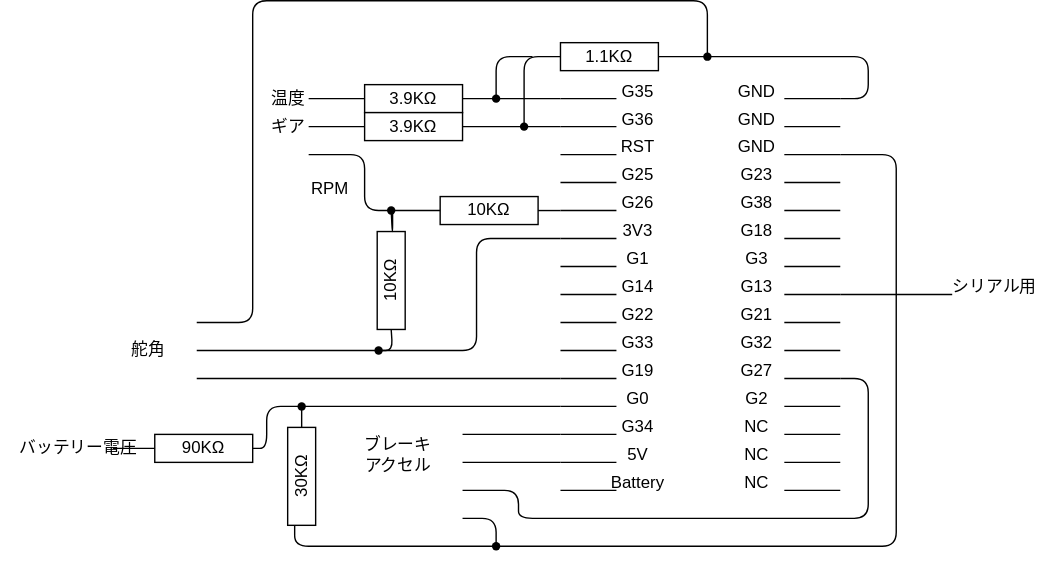
This is circuit/board.drawio.svg from nextfp/Data-Logger, a draw.io export, as it was before one commit. Source tidied: cells renumbered, new cells last; positions are measured from the earlier drawing's top-left corner, leaving out a move shared by most shapes.
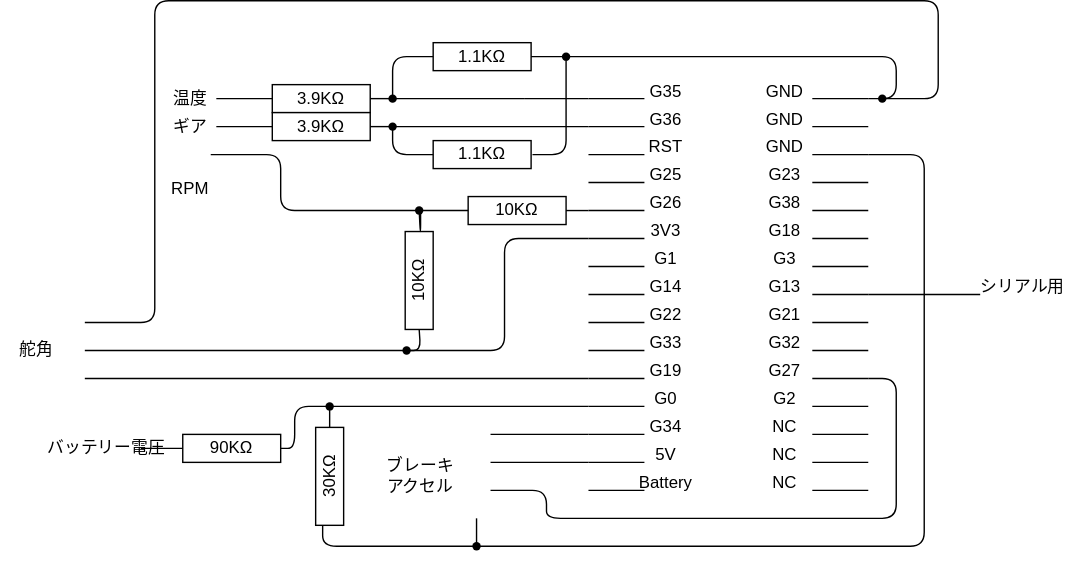
After the change.

Commit message:
fix: 温度が正しく取得できない問題を修正 / #2

The edit, as a diff of the source:
```diff
@@ -272,20 +272,15 @@
     <mxCell id="61" value="NC" style="text;html=1;align=center;verticalAlign=middle;strokeColor=none;fillColor=none;" parent="1" vertex="1">
       <mxGeometry x="520" y="330" width="40" height="30" as="geometry" />
     </mxCell>
-    <mxCell id="62" style="endArrow=none;html=1;startArrow=none;" parent="1" edge="1" source="66" target="69">
-      <mxGeometry relative="1" as="geometry">
-        <Array as="points">
-          <mxPoint x="374" y="40" />
-        </Array>
-      </mxGeometry>
-    </mxCell>
-    <mxCell id="63" style="endArrow=none;html=1;" parent="1" edge="1" source="109">
+    <mxCell id="63" style="endArrow=none;html=1;" parent="1" edge="1">
       <mxGeometry relative="1" as="geometry">
-        <mxPoint x="140" y="230" as="targetPoint" />
+        <mxPoint x="610" y="70" as="sourcePoint" />
+        <mxPoint x="40" y="230" as="targetPoint" />
         <Array as="points">
-          <mxPoint x="505" />
-          <mxPoint x="180" />
-          <mxPoint x="180" y="230" />
+          <mxPoint x="650" y="70" />
+          <mxPoint x="650" />
+          <mxPoint x="90" />
+          <mxPoint x="90" y="230" />
         </Array>
       </mxGeometry>
     </mxCell>
@@ -299,60 +294,43 @@
         </Array>
       </mxGeometry>
     </mxCell>
-    <mxCell id="65" style="endArrow=none;html=1;startArrow=none;" parent="1" edge="1" source="109" target="66">
-      <mxGeometry relative="1" as="geometry" />
-    </mxCell>
     <mxCell id="66" value="1.1KΩ" style="rounded=0;whiteSpace=wrap;html=1;" parent="1" vertex="1">
-      <mxGeometry x="400" y="30" width="70" height="20" as="geometry" />
+      <mxGeometry x="289" y="30" width="70" height="20" as="geometry" />
     </mxCell>
-    <mxCell id="67" style="endArrow=none;html=1;startArrow=none;" parent="1" edge="1" source="72">
+    <mxCell id="67" style="endArrow=none;html=1;startArrow=none;" parent="1" edge="1">
       <mxGeometry relative="1" as="geometry">
+        <mxPoint x="354" y="70" as="sourcePoint" />
         <mxPoint x="400" y="70" as="targetPoint" />
       </mxGeometry>
     </mxCell>
-    <mxCell id="68" style="endArrow=none;html=1;" parent="1" edge="1">
+    <mxCell id="68" style="endArrow=none;html=1;exitDx=0;exitDy=0;startArrow=none;" parent="1" edge="1" source="118">
       <mxGeometry relative="1" as="geometry">
-        <mxPoint x="330" y="90" as="sourcePoint" />
         <mxPoint x="400" y="90" as="targetPoint" />
       </mxGeometry>
     </mxCell>
-    <mxCell id="69" style="shape=waypoint;sketch=0;fillStyle=solid;size=6;points=[];fillColor=none;perimeter=centerPerimeter;snapToPoint=1;" parent="1" vertex="1">
-      <mxGeometry x="364" y="80" width="20" height="20" as="geometry" />
-    </mxCell>
-    <mxCell id="70" style="endArrow=none;html=1;" parent="1" edge="1" source="72">
-      <mxGeometry relative="1" as="geometry">
-        <mxPoint x="380" y="40" as="targetPoint" />
-        <Array as="points">
-          <mxPoint x="354" y="40" />
-        </Array>
-      </mxGeometry>
-    </mxCell>
-    <mxCell id="71" style="endArrow=none;html=1;" parent="1" edge="1" target="72">
+    <mxCell id="71" style="endArrow=none;html=1;exitDx=0;exitDy=0;startArrow=none;" parent="1" edge="1" source="121">
       <mxGeometry relative="1" as="geometry">
-        <mxPoint x="330" y="70" as="sourcePoint" />
+        <mxPoint x="354" y="70" as="targetPoint" />
       </mxGeometry>
     </mxCell>
-    <mxCell id="72" style="shape=waypoint;sketch=0;fillStyle=solid;size=6;points=[];fillColor=none;perimeter=centerPerimeter;snapToPoint=1;" parent="1" vertex="1">
-      <mxGeometry x="344" y="60" width="20" height="20" as="geometry" />
-    </mxCell>
     <mxCell id="73" value="3.9KΩ" style="rounded=0;whiteSpace=wrap;html=1;" parent="1" vertex="1">
-      <mxGeometry x="260" y="60" width="70" height="20" as="geometry" />
+      <mxGeometry x="174" y="60" width="70" height="20" as="geometry" />
     </mxCell>
     <mxCell id="74" value="3.9KΩ" style="rounded=0;whiteSpace=wrap;html=1;" parent="1" vertex="1">
-      <mxGeometry x="260" y="80" width="70" height="20" as="geometry" />
+      <mxGeometry x="174" y="80" width="70" height="20" as="geometry" />
     </mxCell>
     <mxCell id="75" style="endArrow=none;html=1;entryX=0;entryY=0.5;entryDx=0;entryDy=0;" parent="1" edge="1" target="73">
       <mxGeometry relative="1" as="geometry">
-        <mxPoint x="220" y="70" as="sourcePoint" />
+        <mxPoint x="134" y="70" as="sourcePoint" />
         <Array as="points">
-          <mxPoint x="230" y="70" />
+          <mxPoint x="144" y="70" />
         </Array>
       </mxGeometry>
     </mxCell>
     <mxCell id="76" style="endArrow=none;html=1;entryX=0;entryY=0.5;entryDx=0;entryDy=0;" parent="1" edge="1">
       <mxGeometry relative="1" as="geometry">
-        <mxPoint x="220" y="90" as="sourcePoint" />
-        <mxPoint x="260" y="90" as="targetPoint" />
+        <mxPoint x="134" y="90" as="sourcePoint" />
+        <mxPoint x="174" y="90" as="targetPoint" />
       </mxGeometry>
     </mxCell>
     <mxCell id="77" value="10KΩ" style="rounded=0;whiteSpace=wrap;html=1;" parent="1" vertex="1">
@@ -377,10 +355,10 @@
     </mxCell>
     <mxCell id="81" style="endArrow=none;html=1;entryX=0;entryY=0.5;entryDx=0;entryDy=0;" parent="1" edge="1" target="77">
       <mxGeometry relative="1" as="geometry">
-        <mxPoint x="220" y="110" as="sourcePoint" />
+        <mxPoint x="130" y="110" as="sourcePoint" />
         <Array as="points">
-          <mxPoint x="260" y="110" />
-          <mxPoint x="260" y="150" />
+          <mxPoint x="180" y="110" />
+          <mxPoint x="180" y="150" />
         </Array>
       </mxGeometry>
     </mxCell>
@@ -393,7 +371,7 @@
       </mxGeometry>
     </mxCell>
     <mxCell id="83" value="RPM" style="text;html=1;align=center;verticalAlign=middle;strokeColor=none;fillColor=none;" parent="1" vertex="1">
-      <mxGeometry x="210" y="120" width="50" height="30" as="geometry" />
+      <mxGeometry x="90" y="120" width="50" height="30" as="geometry" />
     </mxCell>
     <mxCell id="84" style="endArrow=none;html=1;entryX=0;entryY=0.5;entryDx=0;entryDy=0;startArrow=none;" parent="1" edge="1" source="86" target="80">
       <mxGeometry relative="1" as="geometry">
@@ -404,7 +382,7 @@
     </mxCell>
     <mxCell id="85" style="endArrow=none;html=1;entryX=0.351;entryY=0.478;entryDx=0;entryDy=0;entryPerimeter=0;" parent="1" edge="1" target="86">
       <mxGeometry relative="1" as="geometry">
-        <mxPoint x="140" y="250" as="sourcePoint" />
+        <mxPoint x="40" y="250" as="sourcePoint" />
       </mxGeometry>
     </mxCell>
     <mxCell id="86" style="shape=waypoint;sketch=0;fillStyle=solid;size=6;points=[];fillColor=none;perimeter=centerPerimeter;snapToPoint=1;" parent="1" vertex="1">
@@ -412,18 +390,18 @@
     </mxCell>
     <mxCell id="87" style="endArrow=none;html=1;" parent="1" edge="1">
       <mxGeometry relative="1" as="geometry">
-        <mxPoint x="140" y="270" as="sourcePoint" />
+        <mxPoint x="40" y="270" as="sourcePoint" />
         <mxPoint x="400" y="270" as="targetPoint" />
       </mxGeometry>
     </mxCell>
     <mxCell id="88" value="温度" style="text;html=1;align=center;verticalAlign=middle;strokeColor=none;fillColor=none;" parent="1" vertex="1">
-      <mxGeometry x="180" y="55" width="50" height="30" as="geometry" />
+      <mxGeometry x="90" y="55" width="50" height="30" as="geometry" />
     </mxCell>
     <mxCell id="89" value="ギア" style="text;html=1;align=center;verticalAlign=middle;strokeColor=none;fillColor=none;" parent="1" vertex="1">
-      <mxGeometry x="180" y="75" width="50" height="30" as="geometry" />
+      <mxGeometry x="90" y="75" width="50" height="30" as="geometry" />
     </mxCell>
     <mxCell id="90" value="舵角" style="text;html=1;align=center;verticalAlign=middle;strokeColor=none;fillColor=none;" parent="1" vertex="1">
-      <mxGeometry x="80" y="235" width="50" height="30" as="geometry" />
+      <mxGeometry x="-20" y="235" width="50" height="30" as="geometry" />
     </mxCell>
     <mxCell id="91" style="endArrow=none;html=1;" parent="1" edge="1">
       <mxGeometry relative="1" as="geometry">
@@ -450,7 +428,7 @@
       </mxGeometry>
     </mxCell>
     <mxCell id="94" value="ブレーキ&lt;br&gt;アクセル" style="text;html=1;strokeColor=none;fillColor=none;align=center;verticalAlign=middle;whiteSpace=wrap;rounded=0;" parent="1" vertex="1">
-      <mxGeometry x="254" y="310" width="60" height="30" as="geometry" />
+      <mxGeometry x="250" y="325" width="60" height="30" as="geometry" />
     </mxCell>
     <mxCell id="95" style="endArrow=none;html=1;startArrow=none;entryX=1;entryY=0.5;entryDx=0;entryDy=0;" parent="1" edge="1" source="99" target="100">
       <mxGeometry relative="1" as="geometry">
@@ -496,14 +474,6 @@
     <mxCell id="104" value="シリアル用" style="text;html=1;align=center;verticalAlign=middle;strokeColor=none;fillColor=none;" parent="1" vertex="1">
       <mxGeometry x="670" y="190" width="80" height="30" as="geometry" />
     </mxCell>
-    <mxCell id="105" style="endArrow=none;html=1;" parent="1" edge="1" target="110">
-      <mxGeometry relative="1" as="geometry">
-        <mxPoint x="330" y="370" as="sourcePoint" />
-        <Array as="points">
-          <mxPoint x="354" y="370" />
-        </Array>
-      </mxGeometry>
-    </mxCell>
     <mxCell id="106" style="endArrow=none;html=1;" parent="1" edge="1" target="107">
       <mxGeometry relative="1" as="geometry">
         <mxPoint x="280" y="150" as="sourcePoint" />
@@ -512,20 +482,71 @@
     <mxCell id="107" style="shape=waypoint;sketch=0;fillStyle=solid;size=6;points=[];fillColor=none;perimeter=centerPerimeter;snapToPoint=1;" parent="1" vertex="1">
       <mxGeometry x="269" y="140" width="20" height="20" as="geometry" />
     </mxCell>
-    <mxCell id="108" style="endArrow=none;html=1;" parent="1" edge="1" target="109">
-      <mxGeometry relative="1" as="geometry">
-        <mxPoint x="600" y="70" as="sourcePoint" />
-        <Array as="points">
-          <mxPoint x="620" y="70" />
-          <mxPoint x="620" y="40" />
-        </Array>
-      </mxGeometry>
+    <mxCell id="108" style="endArrow=none;html=1;entryX=1;entryY=0.5;entryDx=0;entryDy=0;startArrow=none;" parent="1" edge="1" source="115" target="66">
+      <mxGeometry relative="1" as="geometry" />
     </mxCell>
-    <mxCell id="109" style="shape=waypoint;sketch=0;fillStyle=solid;size=6;points=[];fillColor=none;perimeter=centerPerimeter;snapToPoint=1;" parent="1" vertex="1">
-      <mxGeometry x="495" y="30" width="20" height="20" as="geometry" />
-    </mxCell>
     <mxCell id="110" style="shape=waypoint;sketch=0;fillStyle=solid;size=6;points=[];fillColor=none;perimeter=centerPerimeter;snapToPoint=1;" parent="1" vertex="1">
-      <mxGeometry x="344" y="380" width="20" height="20" as="geometry" />
+      <mxGeometry x="310" y="380" width="20" height="20" as="geometry" />
     </mxCell>
+    <mxCell id="111" style="shape=waypoint;sketch=0;fillStyle=solid;size=6;fillColor=none;perimeter=centerPerimeter;" parent="1" vertex="1">
+      <mxGeometry x="600" y="60" width="20" height="20" as="geometry" />
+    </mxCell>
+    <mxCell id="112" value="1.1KΩ" style="rounded=0;whiteSpace=wrap;html=1;" parent="1" vertex="1">
+      <mxGeometry x="289" y="100" width="70" height="20" as="geometry" />
+    </mxCell>
+    <mxCell id="113" style="endArrow=none;html=1;" parent="1" edge="1" target="115">
+      <mxGeometry relative="1" as="geometry">
+        <mxPoint x="360" y="110" as="sourcePoint" />
+        <Array as="points">
+          <mxPoint x="384" y="110" />
+        </Array>
+      </mxGeometry>
+    </mxCell>
+    <mxCell id="114" style="endArrow=none;html=1;entryDx=0;entryDy=0;" parent="1" edge="1" target="115">
+      <mxGeometry relative="1" as="geometry">
+        <mxPoint x="600" y="70" as="sourcePoint" />
+        <Array as="points">
+          <mxPoint x="620" y="70" />
+          <mxPoint x="620" y="40" />
+        </Array>
+      </mxGeometry>
+    </mxCell>
+    <mxCell id="115" style="shape=waypoint;sketch=0;fillStyle=solid;size=6;points=[];fillColor=none;perimeter=centerPerimeter;snapToPoint=1;" parent="1" vertex="1">
+      <mxGeometry x="374" y="30" width="20" height="20" as="geometry" />
+    </mxCell>
+    <mxCell id="116" style="endArrow=none;html=1;entryX=0;entryY=0.5;entryDx=0;entryDy=0;" parent="1" edge="1" target="112">
+      <mxGeometry relative="1" as="geometry">
+        <mxPoint x="260" y="90" as="sourcePoint" />
+        <Array as="points">
+          <mxPoint x="260" y="110" />
+        </Array>
+      </mxGeometry>
+    </mxCell>
+    <mxCell id="117" style="endArrow=none;html=1;exitX=1;exitY=0.5;exitDx=0;exitDy=0;" parent="1" edge="1" source="74" target="118">
+      <mxGeometry relative="1" as="geometry" />
+    </mxCell>
+    <mxCell id="118" style="shape=waypoint;sketch=0;fillStyle=solid;size=6;points=[];fillColor=none;perimeter=centerPerimeter;snapToPoint=1;" parent="1" vertex="1">
+      <mxGeometry x="250" y="80" width="20" height="20" as="geometry" />
+    </mxCell>
+    <mxCell id="119" style="endArrow=none;html=1;entryX=0;entryY=0.5;entryDx=0;entryDy=0;" parent="1" edge="1" target="66">
+      <mxGeometry relative="1" as="geometry">
+        <mxPoint x="260" y="70" as="sourcePoint" />
+        <Array as="points">
+          <mxPoint x="260" y="40" />
+        </Array>
+      </mxGeometry>
+    </mxCell>
+    <mxCell id="120" style="endArrow=none;html=1;exitX=1;exitY=0.5;exitDx=0;exitDy=0;" parent="1" edge="1" source="73" target="121">
+      <mxGeometry relative="1" as="geometry" />
+    </mxCell>
+    <mxCell id="121" style="shape=waypoint;sketch=0;fillStyle=solid;size=6;points=[];fillColor=none;perimeter=centerPerimeter;snapToPoint=1;" parent="1" vertex="1">
+      <mxGeometry x="250" y="60" width="20" height="20" as="geometry" />
+    </mxCell>
+    <mxCell id="122" style="endArrow=none;html=1;" parent="1" edge="1">
+      <mxGeometry relative="1" as="geometry">
+        <mxPoint x="320" y="390" as="sourcePoint" />
+        <mxPoint x="320" y="370" as="targetPoint" />
+      </mxGeometry>
+    </mxCell>
   </root>
 </mxGraphModel>
```
